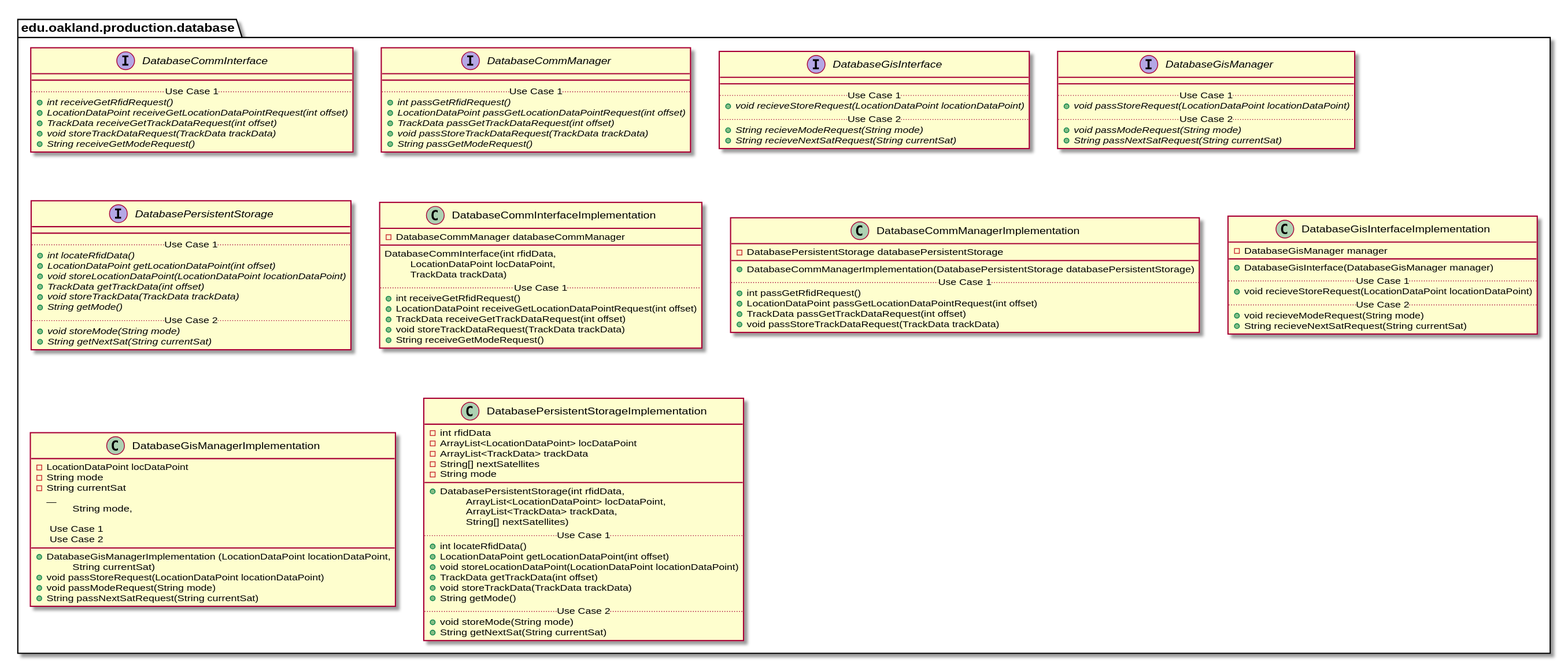
The PlantUML diagram docs/uml-class-diagrams/database/production/DatabaseProductionPackage.svg in elilley15/csi-3370-software-project, before a commit.
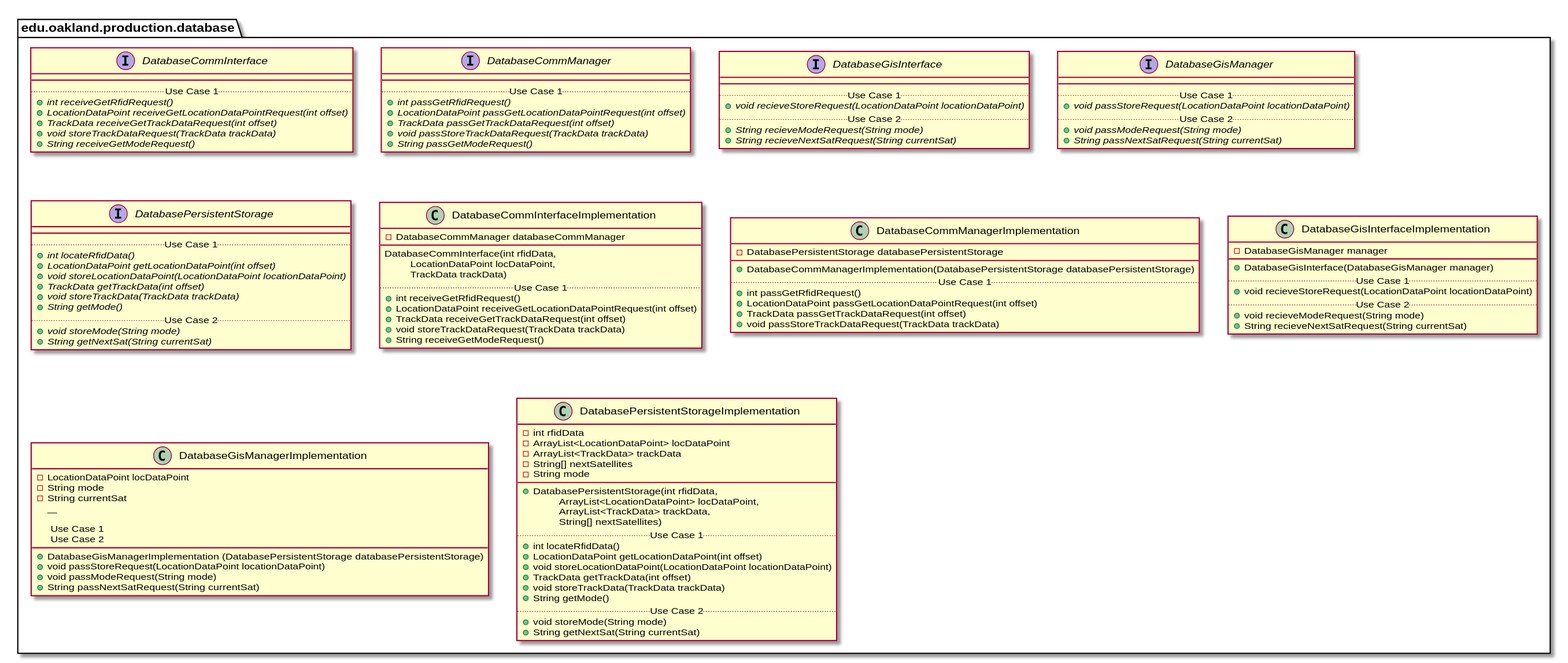
The same diagram one commit later.

Change to the diagram source:
```diff
@@ -123,9 +123,7 @@
     	- String mode
     	- String currentSat
           __
-        + DatabaseGisManagerImplementation (LocationDataPoint locationDataPoint,
-        \tString mode,
-        \tString currentSat)
+        + DatabaseGisManagerImplementation (DatabasePersistentStorage databasePersistentStorage)
 
         .. Use Case 1 ..
         + void passStoreRequest(LocationDataPoint locationDataPoint)
```
